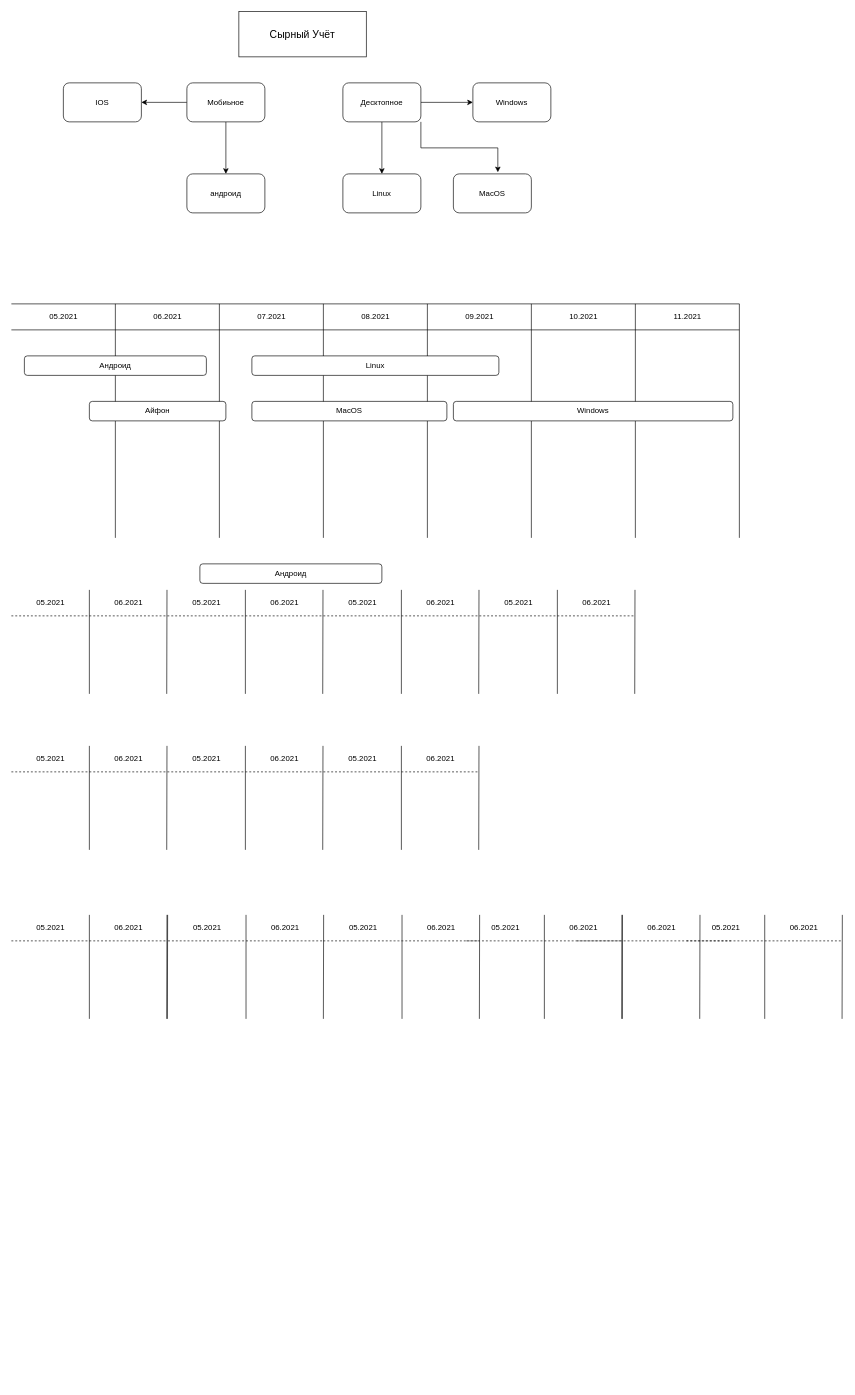
Above: syr.drawio in maklabas/diagrams (draw.io), before the change. Source tidied: cells renumbered, new cells numbered last; positions are measured from the earlier drawing's top-left corner, leaving out a move shared by most shapes. Both pictures are drawn from the tidied source at 65%, with x=0, y=0 at pixel (11, 11).
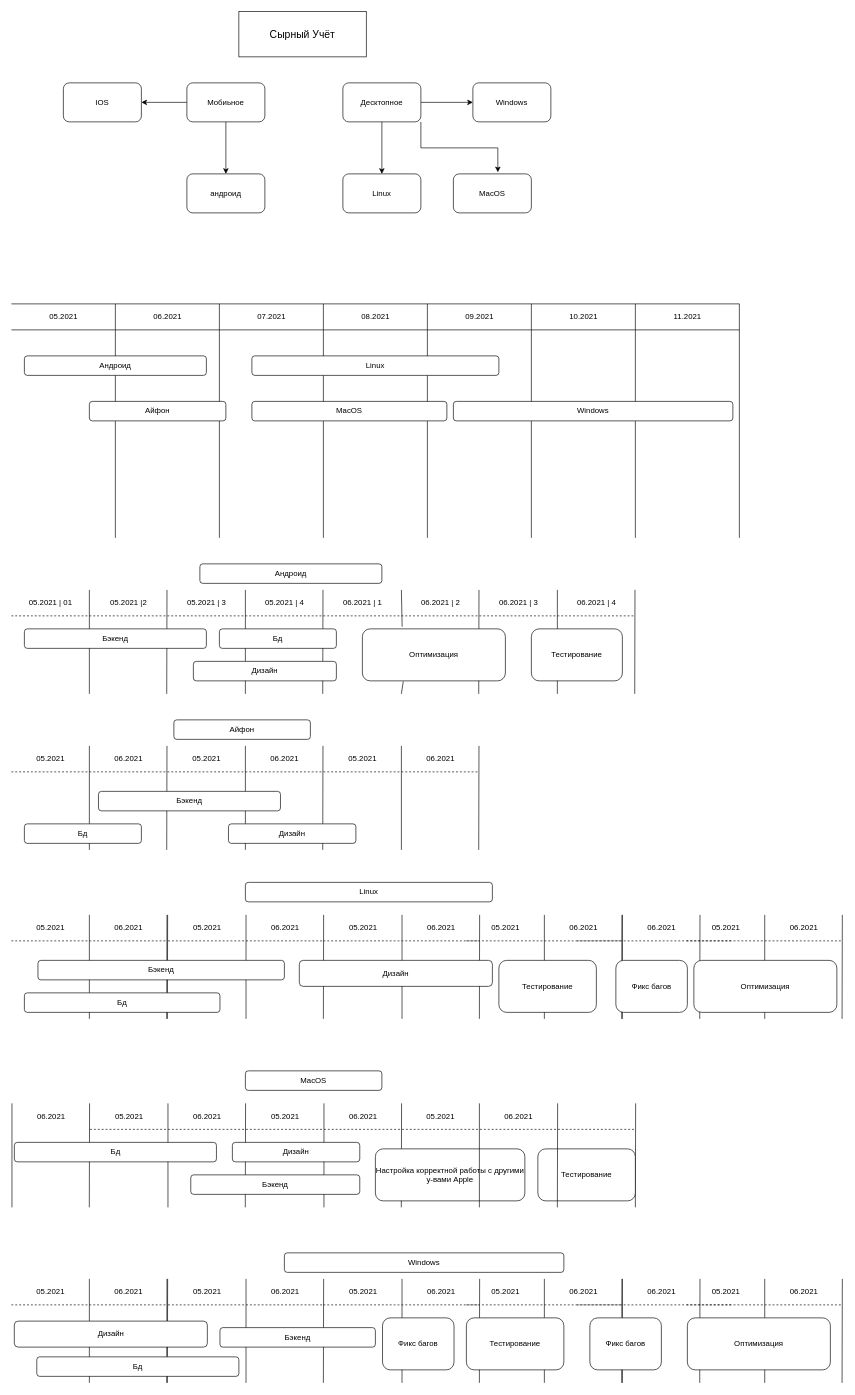
After the change.

Change to the diagram source:
```diff
@@
-    <mxCell id="38" value="06.2021" style="text;html=1;align=center;verticalAlign=middle;strokeColor=none;fillColor=none;" parent="1" vertex="1">
-      <mxGeometry x="150" y="900" width="60" height="20" as="geometry" />
+    <mxCell id="38" value="05.2021 |2" style="text;html=1;align=center;verticalAlign=middle;strokeColor=none;fillColor=none;" parent="1" vertex="1">
+      <mxGeometry x="145" y="900" width="70" height="20" as="geometry" />
     </mxCell>
-    <mxCell id="39" value="05.2021" style="text;html=1;align=center;verticalAlign=middle;strokeColor=none;fillColor=none;" parent="1" vertex="1">
-      <mxGeometry x="30" y="900" width="60" height="20" as="geometry" />
+    <mxCell id="39" value="05.2021 | 01" style="text;html=1;align=center;verticalAlign=middle;strokeColor=none;fillColor=none;" parent="1" vertex="1">
+      <mxGeometry x="20" y="900" width="80" height="20" as="geometry" />
     </mxCell>
@@
-    <mxCell id="44" value="06.2021" style="text;html=1;align=center;verticalAlign=middle;strokeColor=none;fillColor=none;" parent="1" vertex="1">
-      <mxGeometry x="390" y="900" width="60" height="20" as="geometry" />
+    <mxCell id="44" value="05.2021 | 4" style="text;html=1;align=center;verticalAlign=middle;strokeColor=none;fillColor=none;" parent="1" vertex="1">
+      <mxGeometry x="380" y="900" width="80" height="20" as="geometry" />
     </mxCell>
-    <mxCell id="45" value="05.2021" style="text;html=1;align=center;verticalAlign=middle;strokeColor=none;fillColor=none;" parent="1" vertex="1">
-      <mxGeometry x="270" y="900" width="60" height="20" as="geometry" />
+    <mxCell id="45" value="05.2021 | 3" style="text;html=1;align=center;verticalAlign=middle;strokeColor=none;fillColor=none;" parent="1" vertex="1">
+      <mxGeometry x="260" y="900" width="80" height="20" as="geometry" />
     </mxCell>
@@
-    <mxCell id="47" style="endArrow=none;html=1;" parent="1" edge="1">
+    <mxCell id="47" style="endArrow=none;html=1;startArrow=none;exitX=0.278;exitY=-0.042;exitDx=0;exitDy=0;exitPerimeter=0;" parent="1" edge="1" source="106">
       <mxGeometry relative="1" as="geometry">
-        <mxPoint x="600" y="1050" as="sourcePoint" />
         <mxPoint x="600" y="890" as="targetPoint" />
       </mxGeometry>
     </mxCell>
@@
-    <mxCell id="49" value="06.2021" style="text;html=1;align=center;verticalAlign=middle;strokeColor=none;fillColor=none;" parent="1" vertex="1">
-      <mxGeometry x="630" y="900" width="60" height="20" as="geometry" />
+    <mxCell id="49" value="06.2021 | 2" style="text;html=1;align=center;verticalAlign=middle;strokeColor=none;fillColor=none;" parent="1" vertex="1">
+      <mxGeometry x="620" y="900" width="80" height="20" as="geometry" />
     </mxCell>
-    <mxCell id="50" value="05.2021" style="text;html=1;align=center;verticalAlign=middle;strokeColor=none;fillColor=none;" parent="1" vertex="1">
-      <mxGeometry x="510" y="900" width="60" height="20" as="geometry" />
+    <mxCell id="50" value="06.2021 | 1" style="text;html=1;align=center;verticalAlign=middle;strokeColor=none;fillColor=none;" parent="1" vertex="1">
+      <mxGeometry x="500" y="900" width="80" height="20" as="geometry" />
     </mxCell>
@@
-    <mxCell id="54" value="06.2021" style="text;html=1;align=center;verticalAlign=middle;strokeColor=none;fillColor=none;" parent="1" vertex="1">
-      <mxGeometry x="870" y="900" width="60" height="20" as="geometry" />
+    <mxCell id="54" value="06.2021 | 4" style="text;html=1;align=center;verticalAlign=middle;strokeColor=none;fillColor=none;" parent="1" vertex="1">
+      <mxGeometry x="860" y="900" width="80" height="20" as="geometry" />
     </mxCell>
-    <mxCell id="55" value="05.2021" style="text;html=1;align=center;verticalAlign=middle;strokeColor=none;fillColor=none;" parent="1" vertex="1">
-      <mxGeometry x="750" y="900" width="60" height="20" as="geometry" />
+    <mxCell id="55" value="06.2021 | 3" style="text;html=1;align=center;verticalAlign=middle;strokeColor=none;fillColor=none;" parent="1" vertex="1">
+      <mxGeometry x="740" y="900" width="80" height="20" as="geometry" />
     </mxCell>
@@
+    <mxCell id="102" value="Айфон" style="rounded=1;whiteSpace=wrap;html=1;" parent="1" vertex="1">
+      <mxGeometry x="250" y="1090" width="210" height="30" as="geometry" />
+    </mxCell>
+    <mxCell id="103" value="Бэкенд" style="rounded=1;whiteSpace=wrap;html=1;" parent="1" vertex="1">
+      <mxGeometry x="20" y="950" width="280" height="30" as="geometry" />
+    </mxCell>
+    <mxCell id="104" value="Бд" style="rounded=1;whiteSpace=wrap;html=1;" parent="1" vertex="1">
+      <mxGeometry x="320" y="950" width="180" height="30" as="geometry" />
+    </mxCell>
+    <mxCell id="105" value="Дизайн" style="rounded=1;whiteSpace=wrap;html=1;" parent="1" vertex="1">
+      <mxGeometry x="280" y="1000" width="220" height="30" as="geometry" />
+    </mxCell>
+    <mxCell id="106" value="Оптимизация" style="rounded=1;whiteSpace=wrap;html=1;" parent="1" vertex="1">
+      <mxGeometry x="540" y="950" width="220" height="80" as="geometry" />
+    </mxCell>
+    <mxCell id="107" style="endArrow=none;html=1;entryX=0.286;entryY=1.01;entryDx=0;entryDy=0;entryPerimeter=0;" parent="1" edge="1" target="106">
+      <mxGeometry relative="1" as="geometry">
+        <mxPoint x="600" y="1050" as="sourcePoint" />
+      </mxGeometry>
+    </mxCell>
+    <mxCell id="108" value="Тестирование" style="rounded=1;whiteSpace=wrap;html=1;" parent="1" vertex="1">
+      <mxGeometry x="800" y="950" width="140" height="80" as="geometry" />
+    </mxCell>
+    <mxCell id="109" value="Бэкенд" style="rounded=1;whiteSpace=wrap;html=1;" parent="1" vertex="1">
+      <mxGeometry x="134" y="1200" width="280" height="30" as="geometry" />
+    </mxCell>
+    <mxCell id="110" value="Бд" style="rounded=1;whiteSpace=wrap;html=1;" parent="1" vertex="1">
+      <mxGeometry x="20" y="1250" width="180" height="30" as="geometry" />
+    </mxCell>
+    <mxCell id="111" value="Дизайн" style="rounded=1;whiteSpace=wrap;html=1;" parent="1" vertex="1">
+      <mxGeometry x="334" y="1250" width="196" height="30" as="geometry" />
+    </mxCell>
+    <mxCell id="112" value="Тестирование" style="rounded=1;whiteSpace=wrap;html=1;" parent="1" vertex="1">
+      <mxGeometry x="750" y="1460" width="150" height="80" as="geometry" />
+    </mxCell>
+    <mxCell id="113" value="Linux" style="rounded=1;whiteSpace=wrap;html=1;" parent="1" vertex="1">
+      <mxGeometry x="360" y="1340" width="380" height="30" as="geometry" />
+    </mxCell>
+    <mxCell id="114" style="endArrow=none;html=1;" parent="1" edge="1">
+      <mxGeometry relative="1" as="geometry">
+        <mxPoint x="0.9" y="1840" as="sourcePoint" />
+        <mxPoint x="0.9" y="1680" as="targetPoint" />
+      </mxGeometry>
+    </mxCell>
+    <mxCell id="115" style="endArrow=none;html=1;" parent="1" edge="1">
+      <mxGeometry relative="1" as="geometry">
+        <mxPoint x="119.9" y="1840" as="sourcePoint" />
+        <mxPoint x="120.3" y="1680" as="targetPoint" />
+      </mxGeometry>
+    </mxCell>
+    <mxCell id="116" value="06.2021" style="text;html=1;align=center;verticalAlign=middle;strokeColor=none;fillColor=none;" parent="1" vertex="1">
+      <mxGeometry x="30.9" y="1690" width="60" height="20" as="geometry" />
+    </mxCell>
+    <mxCell id="117" style="endArrow=none;html=1;" parent="1" edge="1">
+      <mxGeometry relative="1" as="geometry">
+        <mxPoint x="240.9" y="1840" as="sourcePoint" />
+        <mxPoint x="240.9" y="1680" as="targetPoint" />
+      </mxGeometry>
+    </mxCell>
+    <mxCell id="118" style="endArrow=none;html=1;" parent="1" edge="1">
+      <mxGeometry relative="1" as="geometry">
+        <mxPoint x="359.9" y="1840" as="sourcePoint" />
+        <mxPoint x="360.3" y="1680" as="targetPoint" />
+      </mxGeometry>
+    </mxCell>
+    <mxCell id="119" value="06.2021" style="text;html=1;align=center;verticalAlign=middle;strokeColor=none;fillColor=none;" parent="1" vertex="1">
+      <mxGeometry x="270.9" y="1690" width="60" height="20" as="geometry" />
+    </mxCell>
+    <mxCell id="120" value="05.2021" style="text;html=1;align=center;verticalAlign=middle;strokeColor=none;fillColor=none;" parent="1" vertex="1">
+      <mxGeometry x="150.9" y="1690" width="60" height="20" as="geometry" />
+    </mxCell>
+    <mxCell id="121" style="endArrow=none;dashed=1;html=1;" parent="1" edge="1">
+      <mxGeometry relative="1" as="geometry">
+        <mxPoint x="120.9" y="1720" as="sourcePoint" />
+        <mxPoint x="360.9" y="1720" as="targetPoint" />
+      </mxGeometry>
+    </mxCell>
+    <mxCell id="122" style="endArrow=none;html=1;" parent="1" edge="1">
+      <mxGeometry relative="1" as="geometry">
+        <mxPoint x="480.9" y="1840" as="sourcePoint" />
+        <mxPoint x="480.9" y="1680" as="targetPoint" />
+      </mxGeometry>
+    </mxCell>
+    <mxCell id="123" style="endArrow=none;html=1;" parent="1" edge="1">
+      <mxGeometry relative="1" as="geometry">
+        <mxPoint x="599.9" y="1840" as="sourcePoint" />
+        <mxPoint x="600.3" y="1680" as="targetPoint" />
+      </mxGeometry>
+    </mxCell>
+    <mxCell id="124" value="06.2021" style="text;html=1;align=center;verticalAlign=middle;strokeColor=none;fillColor=none;" parent="1" vertex="1">
+      <mxGeometry x="510.9" y="1690" width="60" height="20" as="geometry" />
+    </mxCell>
+    <mxCell id="125" value="05.2021" style="text;html=1;align=center;verticalAlign=middle;strokeColor=none;fillColor=none;" parent="1" vertex="1">
+      <mxGeometry x="390.9" y="1690" width="60" height="20" as="geometry" />
+    </mxCell>
+    <mxCell id="126" style="endArrow=none;dashed=1;html=1;" parent="1" edge="1">
+      <mxGeometry relative="1" as="geometry">
+        <mxPoint x="360.9" y="1720" as="sourcePoint" />
+        <mxPoint x="960" y="1720" as="targetPoint" />
+      </mxGeometry>
+    </mxCell>
+    <mxCell id="127" value="MacOS" style="rounded=1;whiteSpace=wrap;html=1;" parent="1" vertex="1">
+      <mxGeometry x="360" y="1630" width="210" height="30" as="geometry" />
+    </mxCell>
+    <mxCell id="128" value="Бд" style="rounded=1;whiteSpace=wrap;html=1;" parent="1" vertex="1">
+      <mxGeometry x="4.6" y="1740" width="310.9" height="30" as="geometry" />
+    </mxCell>
+    <mxCell id="129" value="Дизайн" style="rounded=1;whiteSpace=wrap;html=1;" parent="1" vertex="1">
+      <mxGeometry x="340" y="1740" width="196" height="30" as="geometry" />
+    </mxCell>
+    <mxCell id="130" value="Настройка корректной работы с другими у-вами Apple" style="rounded=1;whiteSpace=wrap;html=1;" parent="1" vertex="1">
+      <mxGeometry x="560" y="1750" width="230" height="80" as="geometry" />
+    </mxCell>
+    <mxCell id="131" value="Бэкенд" style="rounded=1;whiteSpace=wrap;html=1;" parent="1" vertex="1">
+      <mxGeometry x="40.9" y="1460" width="379.1" height="30" as="geometry" />
+    </mxCell>
+    <mxCell id="132" value="Дизайн" style="rounded=1;whiteSpace=wrap;html=1;" parent="1" vertex="1">
+      <mxGeometry x="443" y="1460" width="297" height="40" as="geometry" />
+    </mxCell>
+    <mxCell id="133" value="Бд" style="rounded=1;whiteSpace=wrap;html=1;" parent="1" vertex="1">
+      <mxGeometry x="20" y="1510" width="300.9" height="30" as="geometry" />
+    </mxCell>
+    <mxCell id="134" value="Оптимизация" style="rounded=1;whiteSpace=wrap;html=1;" parent="1" vertex="1">
+      <mxGeometry x="1050" y="1460" width="220" height="80" as="geometry" />
+    </mxCell>
+    <mxCell id="135" value="Фикс багов" style="rounded=1;whiteSpace=wrap;html=1;" parent="1" vertex="1">
+      <mxGeometry x="930" y="1460" width="110" height="80" as="geometry" />
+    </mxCell>
+    <mxCell id="136" style="endArrow=none;html=1;" parent="1" edge="1">
+      <mxGeometry relative="1" as="geometry">
+        <mxPoint x="720" y="1840" as="sourcePoint" />
+        <mxPoint x="720" y="1680" as="targetPoint" />
+      </mxGeometry>
+    </mxCell>
+    <mxCell id="137" style="endArrow=none;html=1;" parent="1" edge="1">
+      <mxGeometry relative="1" as="geometry">
+        <mxPoint x="960" y="1840" as="sourcePoint" />
+        <mxPoint x="960.4" y="1680" as="targetPoint" />
+      </mxGeometry>
+    </mxCell>
+    <mxCell id="138" value="06.2021" style="text;html=1;align=center;verticalAlign=middle;strokeColor=none;fillColor=none;" parent="1" vertex="1">
+      <mxGeometry x="750" y="1690" width="60" height="20" as="geometry" />
+    </mxCell>
+    <mxCell id="139" value="05.2021" style="text;html=1;align=center;verticalAlign=middle;strokeColor=none;fillColor=none;" parent="1" vertex="1">
+      <mxGeometry x="630" y="1690" width="60" height="20" as="geometry" />
+    </mxCell>
+    <mxCell id="140" value="Тестирование" style="rounded=1;whiteSpace=wrap;html=1;" parent="1" vertex="1">
+      <mxGeometry x="810" y="1750" width="150" height="80" as="geometry" />
+    </mxCell>
+    <mxCell id="141" style="endArrow=none;html=1;" parent="1" edge="1">
+      <mxGeometry relative="1" as="geometry">
+        <mxPoint x="840" y="1840" as="sourcePoint" />
+        <mxPoint x="840.4" y="1680" as="targetPoint" />
+      </mxGeometry>
+    </mxCell>
+    <mxCell id="142" value="Бэкенд" style="rounded=1;whiteSpace=wrap;html=1;" parent="1" vertex="1">
+      <mxGeometry x="276" y="1790" width="260" height="30" as="geometry" />
+    </mxCell>
+    <mxCell id="143" style="endArrow=none;html=1;" parent="1" edge="1">
+      <mxGeometry relative="1" as="geometry">
+        <mxPoint x="120" y="2110" as="sourcePoint" />
+        <mxPoint x="120" y="1950" as="targetPoint" />
+      </mxGeometry>
+    </mxCell>
+    <mxCell id="144" style="endArrow=none;html=1;" parent="1" edge="1">
+      <mxGeometry relative="1" as="geometry">
+        <mxPoint x="239" y="2110" as="sourcePoint" />
+        <mxPoint x="239.4" y="1950" as="targetPoint" />
+      </mxGeometry>
+    </mxCell>
+    <mxCell id="145" value="06.2021" style="text;html=1;align=center;verticalAlign=middle;strokeColor=none;fillColor=none;" parent="1" vertex="1">
+      <mxGeometry x="150" y="1960" width="60" height="20" as="geometry" />
+    </mxCell>
+    <mxCell id="146" value="05.2021" style="text;html=1;align=center;verticalAlign=middle;strokeColor=none;fillColor=none;" parent="1" vertex="1">
+      <mxGeometry x="30" y="1960" width="60" height="20" as="geometry" />
+    </mxCell>
+    <mxCell id="147" style="endArrow=none;dashed=1;html=1;" parent="1" edge="1">
+      <mxGeometry relative="1" as="geometry">
+        <mxPoint y="1990" as="sourcePoint" />
+        <mxPoint x="240" y="1990" as="targetPoint" />
+      </mxGeometry>
+    </mxCell>
+    <mxCell id="148" style="endArrow=none;html=1;" parent="1" edge="1">
+      <mxGeometry relative="1" as="geometry">
+        <mxPoint x="240" y="2110" as="sourcePoint" />
+        <mxPoint x="240.4" y="1950" as="targetPoint" />
+      </mxGeometry>
+    </mxCell>
+    <mxCell id="149" style="endArrow=none;html=1;" parent="1" edge="1">
+      <mxGeometry relative="1" as="geometry">
+        <mxPoint x="361" y="2110" as="sourcePoint" />
+        <mxPoint x="361" y="1950" as="targetPoint" />
+      </mxGeometry>
+    </mxCell>
+    <mxCell id="150" style="endArrow=none;html=1;" parent="1" edge="1">
+      <mxGeometry relative="1" as="geometry">
+        <mxPoint x="480" y="2110" as="sourcePoint" />
+        <mxPoint x="480.4" y="1950" as="targetPoint" />
+      </mxGeometry>
+    </mxCell>
+    <mxCell id="151" value="06.2021" style="text;html=1;align=center;verticalAlign=middle;strokeColor=none;fillColor=none;" parent="1" vertex="1">
+      <mxGeometry x="391" y="1960" width="60" height="20" as="geometry" />
+    </mxCell>
+    <mxCell id="152" value="05.2021" style="text;html=1;align=center;verticalAlign=middle;strokeColor=none;fillColor=none;" parent="1" vertex="1">
+      <mxGeometry x="271" y="1960" width="60" height="20" as="geometry" />
+    </mxCell>
+    <mxCell id="153" style="endArrow=none;dashed=1;html=1;" parent="1" edge="1">
+      <mxGeometry relative="1" as="geometry">
+        <mxPoint x="241" y="1990" as="sourcePoint" />
+        <mxPoint x="481" y="1990" as="targetPoint" />
+      </mxGeometry>
+    </mxCell>
+    <mxCell id="154" style="endArrow=none;html=1;" parent="1" edge="1">
+      <mxGeometry relative="1" as="geometry">
+        <mxPoint x="601" y="2110" as="sourcePoint" />
+        <mxPoint x="601" y="1950" as="targetPoint" />
+      </mxGeometry>
+    </mxCell>
+    <mxCell id="155" style="endArrow=none;html=1;" parent="1" edge="1">
+      <mxGeometry relative="1" as="geometry">
+        <mxPoint x="720" y="2110" as="sourcePoint" />
+        <mxPoint x="720.4" y="1950" as="targetPoint" />
+      </mxGeometry>
+    </mxCell>
+    <mxCell id="156" value="06.2021" style="text;html=1;align=center;verticalAlign=middle;strokeColor=none;fillColor=none;" parent="1" vertex="1">
+      <mxGeometry x="631" y="1960" width="60" height="20" as="geometry" />
+    </mxCell>
+    <mxCell id="157" value="05.2021" style="text;html=1;align=center;verticalAlign=middle;strokeColor=none;fillColor=none;" parent="1" vertex="1">
+      <mxGeometry x="511" y="1960" width="60" height="20" as="geometry" />
+    </mxCell>
+    <mxCell id="158" style="endArrow=none;dashed=1;html=1;" parent="1" edge="1">
+      <mxGeometry relative="1" as="geometry">
+        <mxPoint x="700" y="1990" as="sourcePoint" />
+        <mxPoint x="940" y="1990" as="targetPoint" />
+      </mxGeometry>
+    </mxCell>
+    <mxCell id="159" style="endArrow=none;html=1;" parent="1" edge="1">
+      <mxGeometry relative="1" as="geometry">
+        <mxPoint x="820" y="2110" as="sourcePoint" />
+        <mxPoint x="820" y="1950" as="targetPoint" />
+      </mxGeometry>
+    </mxCell>
+    <mxCell id="160" style="endArrow=none;html=1;" parent="1" edge="1">
+      <mxGeometry relative="1" as="geometry">
+        <mxPoint x="939" y="2110" as="sourcePoint" />
+        <mxPoint x="939.4" y="1950" as="targetPoint" />
+      </mxGeometry>
+    </mxCell>
+    <mxCell id="161" value="06.2021" style="text;html=1;align=center;verticalAlign=middle;strokeColor=none;fillColor=none;" parent="1" vertex="1">
+      <mxGeometry x="850" y="1960" width="60" height="20" as="geometry" />
+    </mxCell>
+    <mxCell id="162" value="05.2021" style="text;html=1;align=center;verticalAlign=middle;strokeColor=none;fillColor=none;" parent="1" vertex="1">
+      <mxGeometry x="730" y="1960" width="60" height="20" as="geometry" />
+    </mxCell>
+    <mxCell id="163" style="endArrow=none;dashed=1;html=1;" parent="1" edge="1">
+      <mxGeometry relative="1" as="geometry">
+        <mxPoint x="480" y="1990" as="sourcePoint" />
+        <mxPoint x="720" y="1990" as="targetPoint" />
+        <Array as="points">
+          <mxPoint x="599" y="1990" />
+        </Array>
+      </mxGeometry>
+    </mxCell>
+    <mxCell id="164" style="endArrow=none;html=1;" parent="1" edge="1">
+      <mxGeometry relative="1" as="geometry">
+        <mxPoint x="940" y="2110" as="sourcePoint" />
+        <mxPoint x="940" y="1950" as="targetPoint" />
+      </mxGeometry>
+    </mxCell>
+    <mxCell id="165" style="endArrow=none;html=1;" parent="1" edge="1">
+      <mxGeometry relative="1" as="geometry">
+        <mxPoint x="1059" y="2110" as="sourcePoint" />
+        <mxPoint x="1059.4" y="1950" as="targetPoint" />
+      </mxGeometry>
+    </mxCell>
+    <mxCell id="166" value="06.2021" style="text;html=1;align=center;verticalAlign=middle;strokeColor=none;fillColor=none;" parent="1" vertex="1">
+      <mxGeometry x="970" y="1960" width="60" height="20" as="geometry" />
+    </mxCell>
+    <mxCell id="167" style="endArrow=none;dashed=1;html=1;" parent="1" edge="1">
+      <mxGeometry relative="1" as="geometry">
+        <mxPoint x="1039" y="1990" as="sourcePoint" />
+        <mxPoint x="1279" y="1990" as="targetPoint" />
+      </mxGeometry>
+    </mxCell>
+    <mxCell id="168" style="endArrow=none;html=1;" parent="1" edge="1">
+      <mxGeometry relative="1" as="geometry">
+        <mxPoint x="1159" y="2110" as="sourcePoint" />
+        <mxPoint x="1159" y="1950" as="targetPoint" />
+      </mxGeometry>
+    </mxCell>
+    <mxCell id="169" style="endArrow=none;html=1;" parent="1" edge="1">
+      <mxGeometry relative="1" as="geometry">
+        <mxPoint x="1278" y="2110" as="sourcePoint" />
+        <mxPoint x="1278.4" y="1950" as="targetPoint" />
+      </mxGeometry>
+    </mxCell>
+    <mxCell id="170" value="06.2021" style="text;html=1;align=center;verticalAlign=middle;strokeColor=none;fillColor=none;" parent="1" vertex="1">
+      <mxGeometry x="1189" y="1960" width="60" height="20" as="geometry" />
+    </mxCell>
+    <mxCell id="171" value="05.2021" style="text;html=1;align=center;verticalAlign=middle;strokeColor=none;fillColor=none;" parent="1" vertex="1">
+      <mxGeometry x="1069" y="1960" width="60" height="20" as="geometry" />
+    </mxCell>
+    <mxCell id="172" style="endArrow=none;dashed=1;html=1;" parent="1" edge="1">
+      <mxGeometry relative="1" as="geometry">
+        <mxPoint x="870" y="1990" as="sourcePoint" />
+        <mxPoint x="1110" y="1990" as="targetPoint" />
+      </mxGeometry>
+    </mxCell>
+    <mxCell id="173" value="Тестирование" style="rounded=1;whiteSpace=wrap;html=1;" parent="1" vertex="1">
+      <mxGeometry x="700" y="2010" width="150" height="80" as="geometry" />
+    </mxCell>
+    <mxCell id="174" value="Бэкенд" style="rounded=1;whiteSpace=wrap;html=1;" parent="1" vertex="1">
+      <mxGeometry x="320.9" y="2025" width="239.1" height="30" as="geometry" />
+    </mxCell>
+    <mxCell id="175" value="Дизайн" style="rounded=1;whiteSpace=wrap;html=1;" parent="1" vertex="1">
+      <mxGeometry x="4.5" y="2015" width="297" height="40" as="geometry" />
+    </mxCell>
+    <mxCell id="176" value="Бд" style="rounded=1;whiteSpace=wrap;html=1;" parent="1" vertex="1">
+      <mxGeometry x="39.1" y="2070" width="310.9" height="30" as="geometry" />
+    </mxCell>
+    <mxCell id="177" value="Оптимизация" style="rounded=1;whiteSpace=wrap;html=1;" parent="1" vertex="1">
+      <mxGeometry x="1040" y="2010" width="220" height="80" as="geometry" />
+    </mxCell>
+    <mxCell id="178" value="Фикс багов" style="rounded=1;whiteSpace=wrap;html=1;" parent="1" vertex="1">
+      <mxGeometry x="571" y="2010" width="110" height="80" as="geometry" />
+    </mxCell>
+    <mxCell id="179" value="Windows" style="rounded=1;whiteSpace=wrap;html=1;" parent="1" vertex="1">
+      <mxGeometry x="420" y="1910" width="430" height="30" as="geometry" />
+    </mxCell>
+    <mxCell id="180" value="Фикс багов" style="rounded=1;whiteSpace=wrap;html=1;" parent="1" vertex="1">
+      <mxGeometry x="890" y="2010" width="110" height="80" as="geometry" />
+    </mxCell>
```
